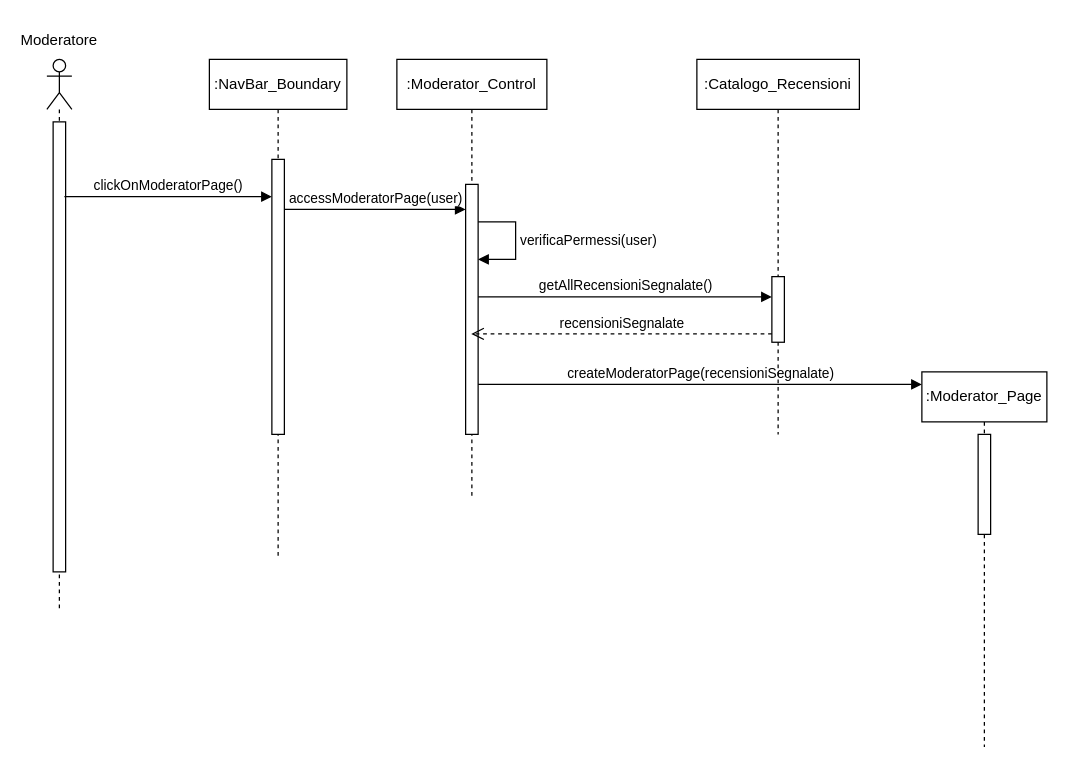
Above: New Diagrams/Sequence Diagrams/UC17- Accesso all'area di moderazione.drawio in superfra01/Rated (draw.io), before the change. Source tidied: cells renumbered, new cells numbered last; positions are measured from the earlier drawing's top-left corner, leaving out a move shared by most shapes. Both pictures are drawn from the tidied source at 125%, with x=0, y=0 at pixel (21, 21).
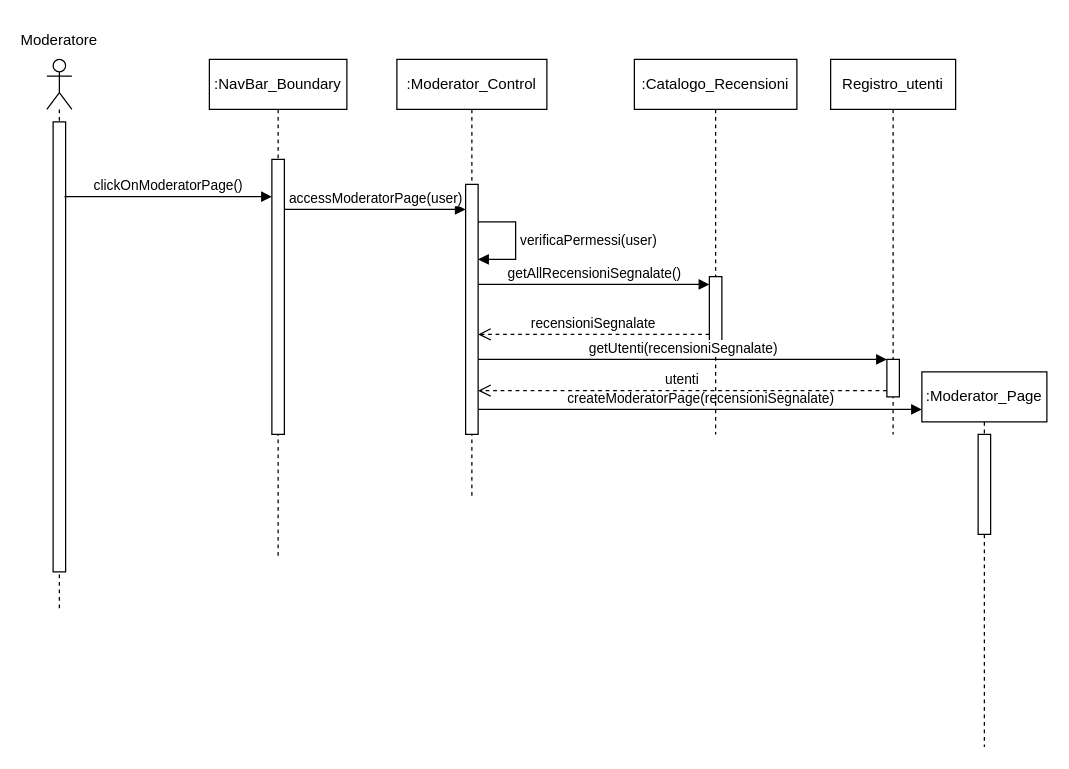
The same diagram, later.

Unchanged cells that the change refers to:
```xml
<mxCell id="9" value=":Moderator_Control" style="shape=umlLifeline;perimeter=lifelinePerimeter;whiteSpace=wrap;html=1;outlineConnect=0;portConstraint=eastwest;newEdgeStyle={&quot;curved&quot;:0,&quot;rounded&quot;:0};" parent="1" vertex="1">
  <mxGeometry x="300" y="30" width="120" height="350" as="geometry" />
</mxCell>
<mxCell id="10" style="html=1;points=[[0,0,0,0,5],[0,1,0,0,-5],[1,0,0,0,5],[1,1,0,0,-5]];perimeter=orthogonalPerimeter;outlineConnect=0;targetShapes=umlLifeline;portConstraint=eastwest;newEdgeStyle={&quot;curved&quot;:0,&quot;rounded&quot;:0};" parent="9" vertex="1">
  <mxGeometry x="55" y="100" width="10" height="200" as="geometry" />
</mxCell>
<mxCell id="16" style="html=1;points=[[0,0,0,0,5],[0,1,0,0,-5],[1,0,0,0,5],[1,1,0,0,-5]];perimeter=orthogonalPerimeter;outlineConnect=0;targetShapes=umlLifeline;portConstraint=eastwest;newEdgeStyle={&quot;curved&quot;:0,&quot;rounded&quot;:0};" parent="15" vertex="1">
  <mxGeometry x="60" y="173.8" width="10" height="52.5" as="geometry" />
</mxCell>
```

Diff of the diagram source:
```diff
@@
     <mxCell id="12" value="createModeratorPage(recensioniSegnalate)" style="html=1;verticalAlign=bottom;endArrow=block;curved=0;rounded=0;" parent="1" edge="1">
       <mxGeometry relative="1" as="geometry">
-        <mxPoint x="365" y="290" as="sourcePoint" />
-        <mxPoint x="720" y="290" as="targetPoint" />
+        <mxPoint x="365" y="310" as="sourcePoint" />
+        <mxPoint x="720" y="310" as="targetPoint" />
       </mxGeometry>
     </mxCell>
@@
     <mxCell id="15" value=":Catalogo_Recensioni" style="shape=umlLifeline;perimeter=lifelinePerimeter;whiteSpace=wrap;html=1;newEdgeStyle={&quot;curved&quot;:0,&quot;rounded&quot;:0};" parent="1" vertex="1">
-      <mxGeometry x="540" y="30" width="130" height="300" as="geometry" />
+      <mxGeometry x="490" y="30" width="130" height="300" as="geometry" />
     </mxCell>
@@
-    <mxCell id="17" value="getAllRecensioniSegnalate()" style="html=1;verticalAlign=bottom;endArrow=block;curved=0;rounded=0;" parent="1" edge="1" source="10">
+    <mxCell id="17" value="getAllRecensioniSegnalate()" style="html=1;verticalAlign=bottom;endArrow=block;curved=0;rounded=0;" parent="1" edge="1" target="16">
       <mxGeometry relative="1" as="geometry">
-        <mxPoint x="600" y="220" as="targetPoint" />
+        <mxPoint x="365" y="210" as="sourcePoint" />
       </mxGeometry>
     </mxCell>
-    <mxCell id="18" value="recensioniSegnalate" style="html=1;verticalAlign=bottom;endArrow=open;dashed=1;endSize=8;curved=0;rounded=0;" parent="1" edge="1" target="9">
+    <mxCell id="18" value="recensioniSegnalate" style="html=1;verticalAlign=bottom;endArrow=open;dashed=1;endSize=8;curved=0;rounded=0;" parent="1" edge="1" source="16" target="10">
       <mxGeometry relative="1" as="geometry">
-        <mxPoint x="600" y="249.6" as="sourcePoint" />
+        <Array as="points">
+          <mxPoint x="520" y="250" />
+        </Array>
       </mxGeometry>
     </mxCell>
+    <mxCell id="19" value="Registro_utenti" style="shape=umlLifeline;perimeter=lifelinePerimeter;whiteSpace=wrap;html=1;newEdgeStyle={&quot;curved&quot;:0,&quot;rounded&quot;:0};" parent="1" vertex="1">
+      <mxGeometry x="647" y="30" width="100" height="300" as="geometry" />
+    </mxCell>
+    <mxCell id="20" style="html=1;points=[[0,0,0,0,5],[0,1,0,0,-5],[1,0,0,0,5],[1,1,0,0,-5]];perimeter=orthogonalPerimeter;outlineConnect=0;targetShapes=umlLifeline;portConstraint=eastwest;newEdgeStyle={&quot;curved&quot;:0,&quot;rounded&quot;:0};" parent="19" vertex="1">
+      <mxGeometry x="45" y="240" width="10" height="30" as="geometry" />
+    </mxCell>
+    <mxCell id="21" value="getUtenti(recensioniSegnalate)" style="html=1;verticalAlign=bottom;endArrow=block;curved=0;rounded=0;" parent="1" edge="1">
+      <mxGeometry relative="1" as="geometry">
+        <mxPoint x="365" y="270" as="sourcePoint" />
+        <mxPoint x="692" y="270" as="targetPoint" />
+      </mxGeometry>
+    </mxCell>
+    <mxCell id="22" value="utenti" style="html=1;verticalAlign=bottom;endArrow=open;dashed=1;endSize=8;curved=0;rounded=0;exitX=0;exitY=1;exitDx=0;exitDy=-5;exitPerimeter=0;" parent="1" edge="1" source="20" target="10">
+      <mxGeometry relative="1" as="geometry" />
+    </mxCell>
```
